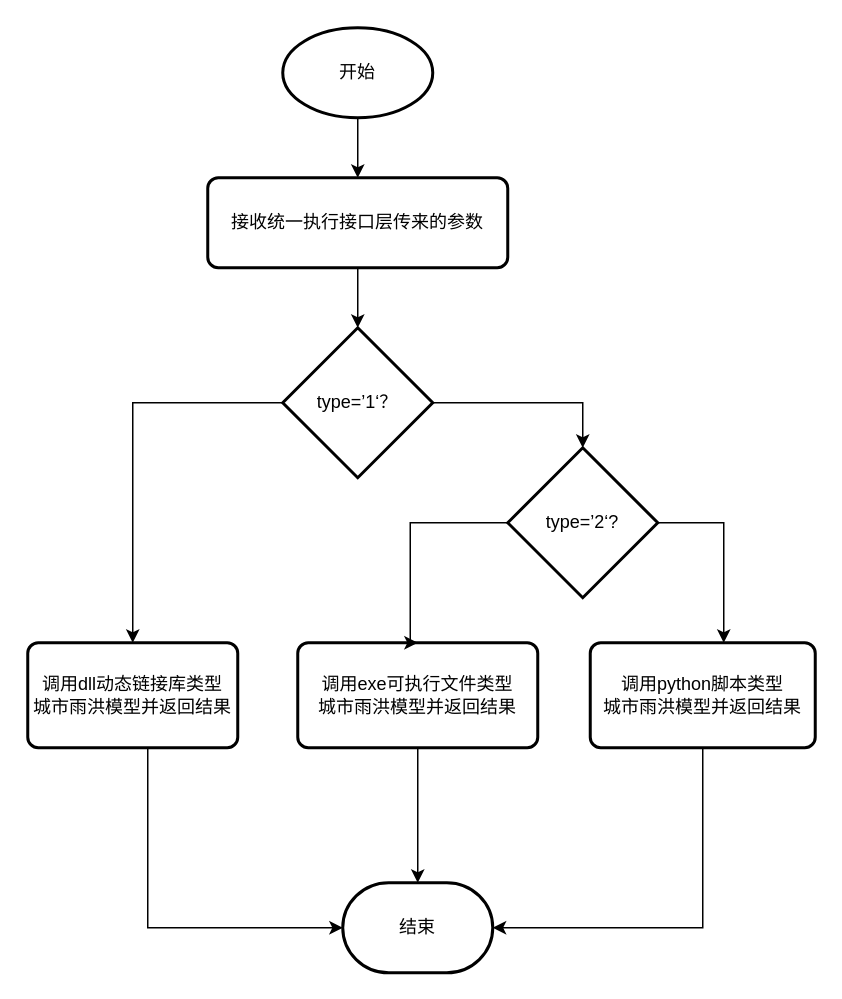
Above: bridge.drawio in liujing-maker/IDEA (draw.io), before the change. Source tidied: cells renumbered, new cells numbered last; positions are measured from the earlier drawing's top-left corner, leaving out a move shared by most shapes. Both pictures are drawn from the tidied source at 150%, with x=0, y=0 at pixel (27, 27).
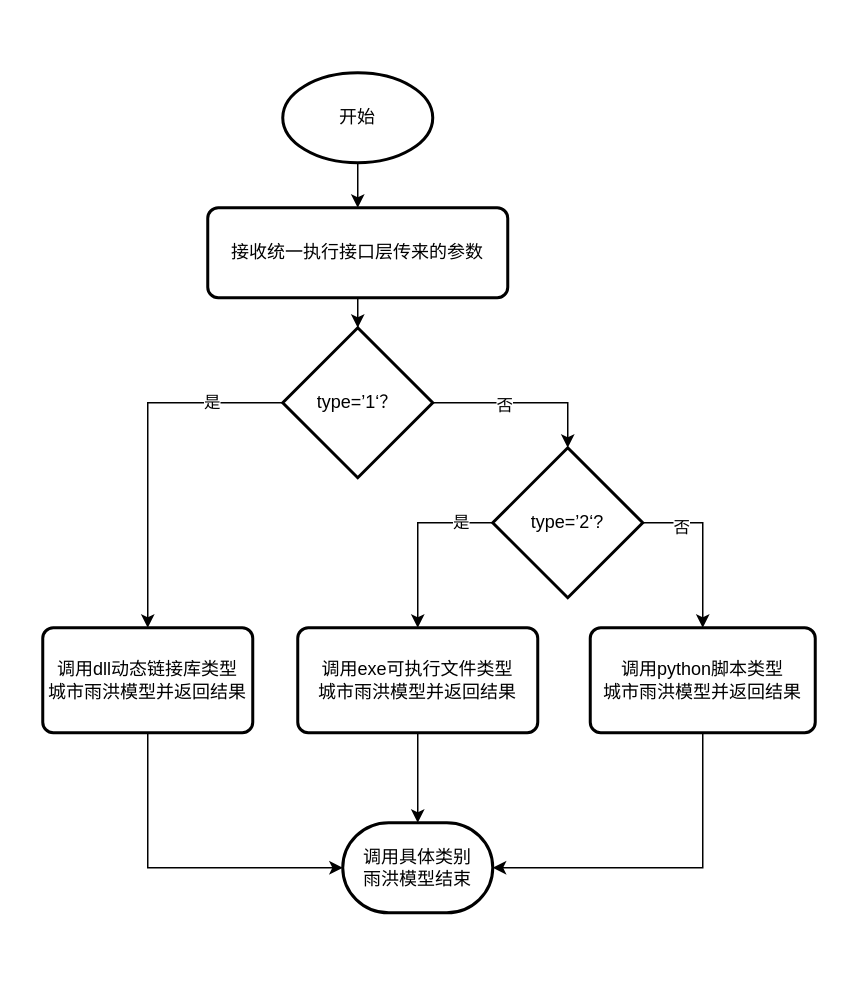
The same diagram, later.

The change refers to these unchanged cells:
```xml
<mxCell id="6" value="type=’1‘？" style="strokeWidth=2;html=1;shape=mxgraph.flowchart.decision;whiteSpace=wrap;" parent="1" vertex="1">
  <mxGeometry x="170" y="200" width="100" height="100" as="geometry" />
</mxCell>
<mxCell id="14" style="edgeStyle=orthogonalEdgeStyle;rounded=0;jettySize=auto;html=1;entryX=0.5;entryY=0;entryDx=0;entryDy=0;entryPerimeter=0;" parent="1" edge="1" source="6" target="13">
  <mxGeometry relative="1" as="geometry" />
</mxCell>
```

The edit, as a diff of the source:
```diff
@@
     <mxCell id="3" value="开始" style="strokeWidth=2;html=1;shape=mxgraph.flowchart.start_1;whiteSpace=wrap;" parent="1" vertex="1">
-      <mxGeometry x="170" width="100" height="60" as="geometry" />
+      <mxGeometry x="170" y="30" width="100" height="60" as="geometry" />
     </mxCell>
     <mxCell id="4" value="接收统一执行接口层传来的参数" style="rounded=1;whiteSpace=wrap;html=1;absoluteArcSize=1;arcSize=14;strokeWidth=2;" parent="1" vertex="1">
-      <mxGeometry x="120" y="100" width="200" height="60" as="geometry" />
+      <mxGeometry x="120" y="120" width="200" height="60" as="geometry" />
     </mxCell>
     <mxCell id="5" style="edgeStyle=orthogonalEdgeStyle;rounded=0;jettySize=auto;html=1;entryX=0.5;entryY=0;entryDx=0;entryDy=0;" parent="1" edge="1" source="6" target="7">
-      <mxGeometry relative="1" as="geometry" />
+      <mxGeometry relative="1" as="geometry">
+        <Array as="points">
+          <mxPoint x="80" y="250" />
+          <mxPoint x="80" y="400" />
+        </Array>
+      </mxGeometry>
     </mxCell>
+    <mxCell id="19" value="是" style="edgeLabel;html=1;align=center;verticalAlign=middle;" parent="5" vertex="1">
+      <mxGeometry x="-0.6" y="-1" relative="1" as="geometry" />
+    </mxCell>
@@
     <mxCell id="7" value="调用dll动态链接库类型&lt;div&gt;城市雨洪模型并返回结果&lt;/div&gt;" style="rounded=1;whiteSpace=wrap;html=1;absoluteArcSize=1;arcSize=14;strokeWidth=2;" parent="1" vertex="1">
-      <mxGeometry y="410" width="140" height="70" as="geometry" />
+      <mxGeometry x="10" y="400" width="140" height="70" as="geometry" />
     </mxCell>
     <mxCell id="8" value="调用exe可执行文件类型&lt;div&gt;城市雨洪模型&lt;span style=&quot;background-color: initial;&quot;&gt;并返回结果&lt;/span&gt;&lt;/div&gt;" style="rounded=1;whiteSpace=wrap;html=1;absoluteArcSize=1;arcSize=14;strokeWidth=2;" parent="1" vertex="1">
-      <mxGeometry x="180" y="410" width="160" height="70" as="geometry" />
+      <mxGeometry x="180" y="400" width="160" height="70" as="geometry" />
     </mxCell>
@@
-    <mxCell id="10" value="结束" style="strokeWidth=2;html=1;shape=mxgraph.flowchart.terminator;whiteSpace=wrap;" parent="1" vertex="1">
-      <mxGeometry x="210" y="570" width="100" height="60" as="geometry" />
+    <mxCell id="10" value="调用具体类别&lt;div&gt;雨洪模型结束&lt;/div&gt;" style="strokeWidth=2;html=1;shape=mxgraph.flowchart.terminator;whiteSpace=wrap;" parent="1" vertex="1">
+      <mxGeometry x="210" y="530" width="100" height="60" as="geometry" />
     </mxCell>
     <mxCell id="11" value="调用python脚本类型&lt;div&gt;城市雨洪模型&lt;span style=&quot;background-color: initial;&quot;&gt;并返回结果&lt;/span&gt;&lt;/div&gt;" style="rounded=1;whiteSpace=wrap;html=1;absoluteArcSize=1;arcSize=14;strokeWidth=2;" parent="1" vertex="1">
-      <mxGeometry x="375" y="410" width="150" height="70" as="geometry" />
+      <mxGeometry x="375" y="400" width="150" height="70" as="geometry" />
     </mxCell>
     <mxCell id="12" style="edgeStyle=orthogonalEdgeStyle;rounded=0;jettySize=auto;html=1;entryX=0.5;entryY=0;entryDx=0;entryDy=0;" parent="1" edge="1" source="13" target="8">
       <mxGeometry relative="1" as="geometry">
         <Array as="points">
-          <mxPoint x="255" y="330" />
+          <mxPoint x="260" y="330" />
         </Array>
       </mxGeometry>
     </mxCell>
+    <mxCell id="20" value="是" style="edgeLabel;html=1;align=center;verticalAlign=middle;" parent="12" vertex="1">
+      <mxGeometry x="-0.64" y="-1" relative="1" as="geometry" />
+    </mxCell>
     <mxCell id="13" value="type=’2‘?" style="strokeWidth=2;html=1;shape=mxgraph.flowchart.decision;whiteSpace=wrap;" parent="1" vertex="1">
-      <mxGeometry x="320" y="280" width="100" height="100" as="geometry" />
+      <mxGeometry x="310" y="280" width="100" height="100" as="geometry" />
     </mxCell>
@@
+    <mxCell id="21" value="否" style="edgeLabel;html=1;align=center;verticalAlign=middle;" parent="14" vertex="1">
+      <mxGeometry x="-0.21" y="-1" relative="1" as="geometry" />
+    </mxCell>
-    <mxCell id="15" style="edgeStyle=orthogonalEdgeStyle;rounded=0;jettySize=auto;html=1;exitX=1;exitY=0.5;exitDx=0;exitDy=0;exitPerimeter=0;" parent="1" edge="1" source="13">
+    <mxCell id="15" style="edgeStyle=orthogonalEdgeStyle;rounded=0;jettySize=auto;html=1;exitX=1;exitY=0.5;exitDx=0;exitDy=0;exitPerimeter=0;entryX=0.5;entryY=0;entryDx=0;entryDy=0;" parent="1" edge="1" source="13" target="11">
       <mxGeometry relative="1" as="geometry">
-        <mxPoint x="464" y="410" as="targetPoint" />
         <Array as="points">
-          <mxPoint x="464" y="330" />
+          <mxPoint x="450" y="330" />
         </Array>
       </mxGeometry>
     </mxCell>
+    <mxCell id="22" value="否" style="edgeLabel;html=1;align=center;verticalAlign=middle;" parent="15" vertex="1">
+      <mxGeometry x="-0.54" y="-2" relative="1" as="geometry" />
+    </mxCell>
     <mxCell id="16" style="edgeStyle=orthogonalEdgeStyle;rounded=0;jettySize=auto;html=1;entryX=0;entryY=0.5;entryDx=0;entryDy=0;entryPerimeter=0;" parent="1" edge="1" source="7" target="10">
       <mxGeometry relative="1" as="geometry">
         <Array as="points">
-          <mxPoint x="80" y="600" />
+          <mxPoint x="80" y="560" />
         </Array>
       </mxGeometry>
     </mxCell>
@@
     <mxCell id="18" style="edgeStyle=orthogonalEdgeStyle;rounded=0;jettySize=auto;html=1;entryX=1;entryY=0.5;entryDx=0;entryDy=0;entryPerimeter=0;" parent="1" edge="1" source="11" target="10">
       <mxGeometry relative="1" as="geometry">
         <Array as="points">
-          <mxPoint x="450" y="600" />
+          <mxPoint x="450" y="560" />
         </Array>
       </mxGeometry>
     </mxCell>
```
